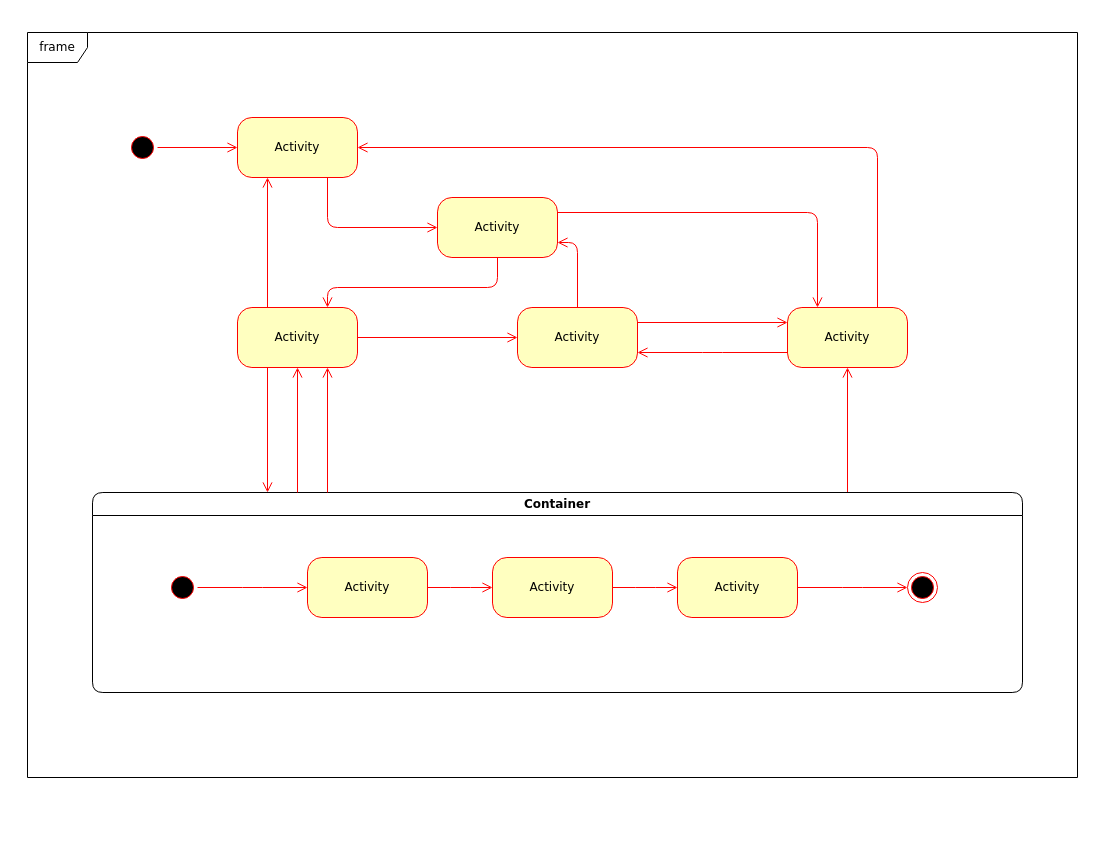
Above: Untitled Diagram.drawio in dmamx33/Mechatronic_Proj_UML (draw.io), before the change. Source tidied: cells renumbered, new cells numbered last; positions are measured from the earlier drawing's top-left corner, leaving out a move shared by most shapes. Both pictures are drawn from the tidied source at 100%, with x=0, y=0 at pixel (27, 32).
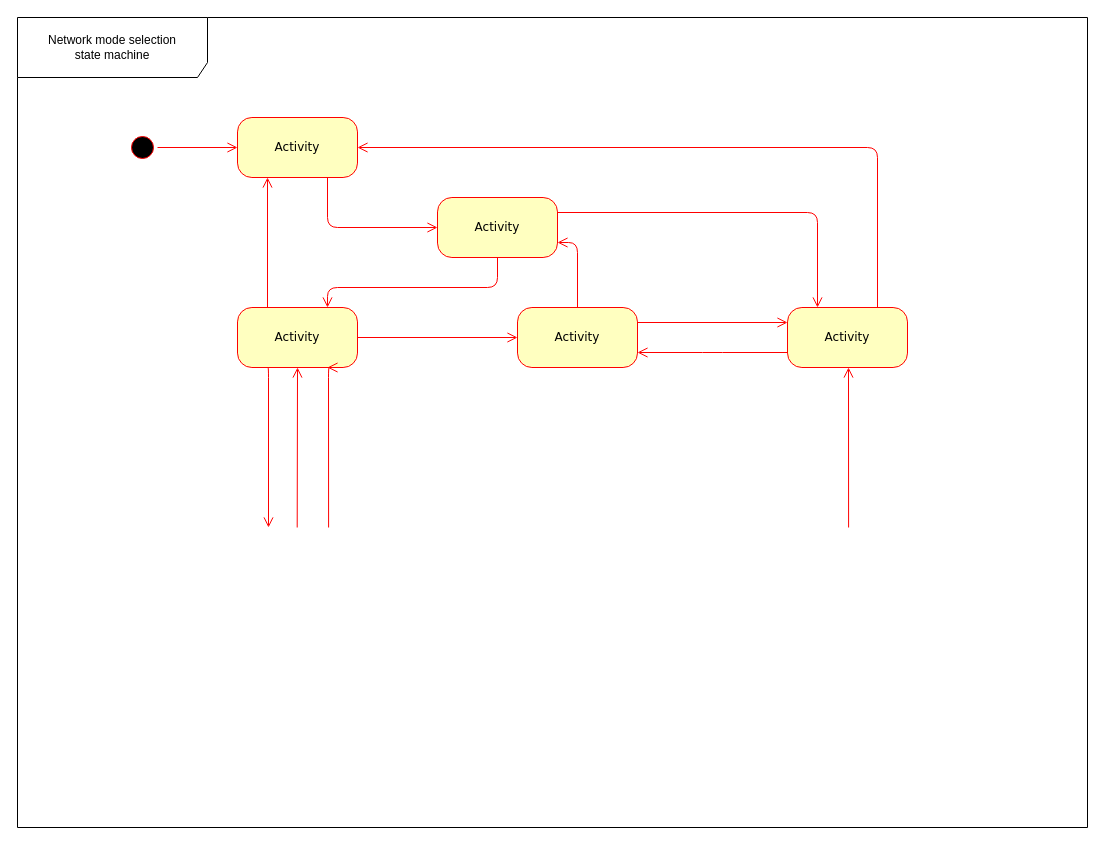
The same page after the edit.

The change refers to these unchanged cells:
```xml
<mxCell id="3" value="Activity" style="rounded=1;whiteSpace=wrap;html=1;arcSize=24;fillColor=#ffffc0;strokeColor=#ff0000;shadow=0;comic=0;labelBackgroundColor=none;fontFamily=Verdana;fontSize=12;fontColor=#000000;align=center;" parent="1" vertex="1">
  <mxGeometry x="210" y="275" width="120" height="60" as="geometry" />
</mxCell>
<mxCell id="9" value="Activity" style="rounded=1;whiteSpace=wrap;html=1;arcSize=24;fillColor=#ffffc0;strokeColor=#ff0000;shadow=0;comic=0;labelBackgroundColor=none;fontFamily=Verdana;fontSize=12;fontColor=#000000;align=center;" parent="1" vertex="1">
  <mxGeometry x="760" y="275" width="120" height="60" as="geometry" />
</mxCell>
```

What changed in the source:
```diff
@@
-    <mxCell id="11" style="edgeStyle=elbowEdgeStyle;html=1;labelBackgroundColor=none;endArrow=open;endSize=8;strokeColor=#ff0000;fontFamily=Verdana;fontSize=12;align=left;" parent="1" edge="1" source="12" target="9">
-      <mxGeometry relative="1" as="geometry" />
+    <mxCell id="11" style="edgeStyle=elbowEdgeStyle;html=1;labelBackgroundColor=none;endArrow=open;endSize=8;strokeColor=#ff0000;fontFamily=Verdana;fontSize=12;align=left;" parent="1" edge="1" target="9">
+      <mxGeometry relative="1" as="geometry">
+        <mxPoint x="821.1" y="495" as="sourcePoint" />
+      </mxGeometry>
     </mxCell>
-    <mxCell id="12" value="Container" style="swimlane;whiteSpace=wrap;html=1;rounded=1;shadow=0;comic=0;labelBackgroundColor=none;strokeWidth=1;fontFamily=Verdana;fontSize=12;align=center;" parent="1" vertex="1">
-      <mxGeometry x="65" y="460" width="930" height="200" as="geometry" />
-    </mxCell>
-    <mxCell id="13" style="edgeStyle=elbowEdgeStyle;html=1;labelBackgroundColor=none;endArrow=open;endSize=8;strokeColor=#ff0000;fontFamily=Verdana;fontSize=12;align=left;" parent="12" edge="1" source="14" target="19">
-      <mxGeometry relative="1" as="geometry" />
-    </mxCell>
-    <mxCell id="14" value="Activity" style="rounded=1;whiteSpace=wrap;html=1;arcSize=24;fillColor=#ffffc0;strokeColor=#ff0000;shadow=0;comic=0;labelBackgroundColor=none;fontFamily=Verdana;fontSize=12;fontColor=#000000;align=center;" parent="12" vertex="1">
-      <mxGeometry x="215" y="65" width="120" height="60" as="geometry" />
-    </mxCell>
-    <mxCell id="15" style="ellipse;html=1;shape=endState;fillColor=#000000;strokeColor=#ff0000;rounded=1;shadow=0;comic=0;labelBackgroundColor=none;fontFamily=Verdana;fontSize=12;fontColor=#000000;align=center;" parent="12" vertex="1">
-      <mxGeometry x="815" y="80" width="30" height="30" as="geometry" />
-    </mxCell>
-    <mxCell id="16" style="edgeStyle=elbowEdgeStyle;html=1;labelBackgroundColor=none;endArrow=open;endSize=8;strokeColor=#ff0000;fontFamily=Verdana;fontSize=12;align=left;" parent="12" edge="1" source="17" target="14">
-      <mxGeometry relative="1" as="geometry" />
-    </mxCell>
-    <mxCell id="17" style="ellipse;html=1;shape=startState;fillColor=#000000;strokeColor=#ff0000;rounded=1;shadow=0;comic=0;labelBackgroundColor=none;fontFamily=Verdana;fontSize=12;fontColor=#000000;align=center;direction=south;" parent="12" vertex="1">
-      <mxGeometry x="75" y="80" width="30" height="30" as="geometry" />
-    </mxCell>
-    <mxCell id="18" style="edgeStyle=elbowEdgeStyle;html=1;labelBackgroundColor=none;endArrow=open;endSize=8;strokeColor=#ff0000;fontFamily=Verdana;fontSize=12;align=left;" parent="12" edge="1" source="19" target="21">
-      <mxGeometry relative="1" as="geometry" />
-    </mxCell>
-    <mxCell id="19" value="Activity" style="rounded=1;whiteSpace=wrap;html=1;arcSize=24;fillColor=#ffffc0;strokeColor=#ff0000;shadow=0;comic=0;labelBackgroundColor=none;fontFamily=Verdana;fontSize=12;fontColor=#000000;align=center;" parent="12" vertex="1">
-      <mxGeometry x="400" y="65" width="120" height="60" as="geometry" />
-    </mxCell>
-    <mxCell id="20" style="edgeStyle=elbowEdgeStyle;html=1;labelBackgroundColor=none;endArrow=open;endSize=8;strokeColor=#ff0000;fontFamily=Verdana;fontSize=12;align=left;" parent="12" edge="1" source="21" target="15">
-      <mxGeometry relative="1" as="geometry" />
-    </mxCell>
-    <mxCell id="21" value="Activity" style="rounded=1;whiteSpace=wrap;html=1;arcSize=24;fillColor=#ffffc0;strokeColor=#ff0000;shadow=0;comic=0;labelBackgroundColor=none;fontFamily=Verdana;fontSize=12;fontColor=#000000;align=center;" parent="12" vertex="1">
-      <mxGeometry x="585" y="65" width="120" height="60" as="geometry" />
-    </mxCell>
-    <mxCell id="22" value="frame" style="shape=umlFrame;whiteSpace=wrap;html=1;rounded=1;shadow=0;comic=0;labelBackgroundColor=none;strokeWidth=1;fontFamily=Verdana;fontSize=12;align=center;" parent="1" vertex="1">
-      <mxGeometry width="1050" height="745" as="geometry" />
-    </mxCell>
@@
-    <mxCell id="30" style="edgeStyle=elbowEdgeStyle;html=1;labelBackgroundColor=none;endArrow=open;endSize=8;strokeColor=#ff0000;fontFamily=Verdana;fontSize=12;align=left;entryX=0.75;entryY=1;" parent="1" edge="1" source="12" target="3">
-      <mxGeometry relative="1" as="geometry" />
+    <mxCell id="30" style="edgeStyle=elbowEdgeStyle;html=1;labelBackgroundColor=none;endArrow=open;endSize=8;strokeColor=#ff0000;fontFamily=Verdana;fontSize=12;align=left;entryX=0.75;entryY=1;" parent="1" edge="1" target="3">
+      <mxGeometry relative="1" as="geometry">
+        <mxPoint x="301.1" y="495" as="sourcePoint" />
+      </mxGeometry>
     </mxCell>
-    <mxCell id="31" style="edgeStyle=elbowEdgeStyle;html=1;labelBackgroundColor=none;endArrow=open;endSize=8;strokeColor=#ff0000;fontFamily=Verdana;fontSize=12;align=left;entryX=0.5;entryY=1;" parent="1" edge="1" source="12" target="3">
-      <mxGeometry relative="1" as="geometry" />
+    <mxCell id="31" style="edgeStyle=elbowEdgeStyle;html=1;labelBackgroundColor=none;endArrow=open;endSize=8;strokeColor=#ff0000;fontFamily=Verdana;fontSize=12;align=left;entryX=0.5;entryY=1;" parent="1" edge="1" target="3">
+      <mxGeometry relative="1" as="geometry">
+        <mxPoint x="269.7" y="495" as="sourcePoint" />
+      </mxGeometry>
     </mxCell>
-    <mxCell id="32" style="edgeStyle=elbowEdgeStyle;html=1;labelBackgroundColor=none;endArrow=open;endSize=8;strokeColor=#ff0000;fontFamily=Verdana;fontSize=12;align=left;exitX=0.25;exitY=1;" parent="1" edge="1" source="3" target="12">
-      <mxGeometry relative="1" as="geometry" />
+    <mxCell id="32" style="edgeStyle=elbowEdgeStyle;html=1;labelBackgroundColor=none;endArrow=open;endSize=8;strokeColor=#ff0000;fontFamily=Verdana;fontSize=12;align=left;exitX=0.25;exitY=1;" parent="1" edge="1" source="3">
+      <mxGeometry relative="1" as="geometry">
+        <mxPoint x="241.1" y="495" as="targetPoint" />
+      </mxGeometry>
     </mxCell>
+    <mxCell id="33" value="Network mode selection&lt;br&gt;state machine" style="shape=umlFrame;whiteSpace=wrap;html=1;width=190;height=60;" parent="1" vertex="1">
+      <mxGeometry x="-10" y="-15" width="1070" height="810" as="geometry" />
+    </mxCell>
```
